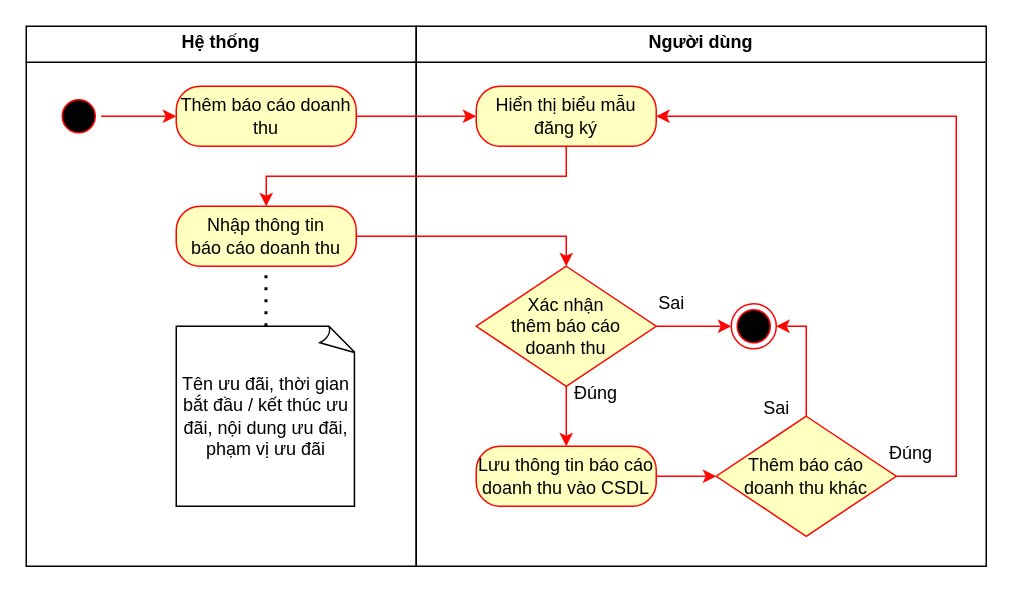
HaojackYT/DAA_SA keeps this draw.io diagram as Sơ đồ hoạt động UC thêm báo cáo doanh thu.drawio. Above is the earlier version. Source tidied: cells renumbered, new cells numbered last; positions are measured from the earlier drawing's top-left corner, leaving out a move shared by most shapes. Both pictures are drawn from the tidied source at 150%, with x=0, y=0 at pixel (26, 26).
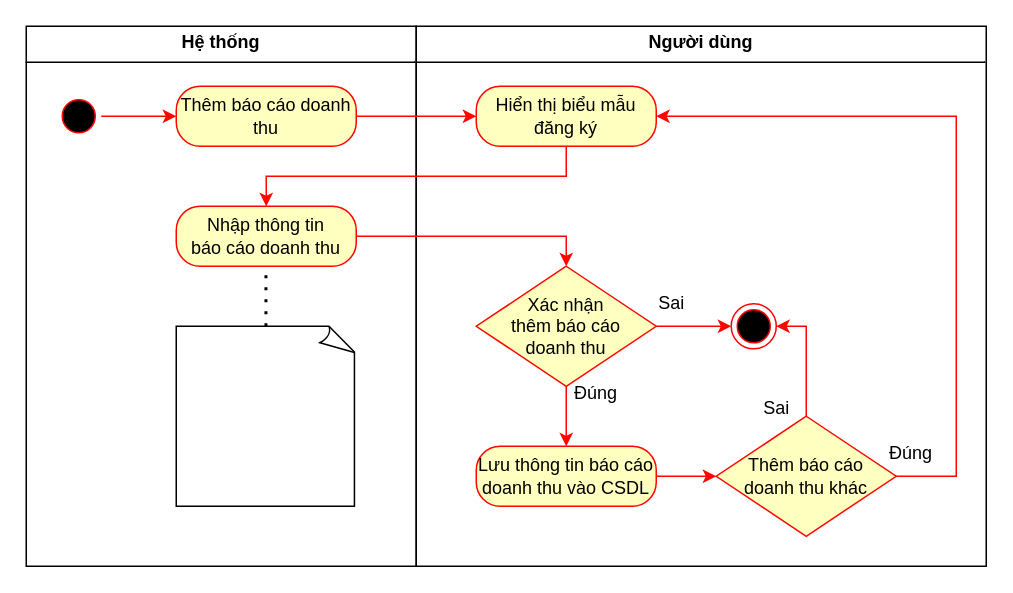
The same page after the edit.

Diff of the diagram source:
```diff
@@
-    <mxCell id="12" value="Tên ưu đãi, thời gian bắt đầu / kết thúc ưu đãi, nội dung ưu đãi,&lt;div&gt;phạm vị ưu đãi&lt;/div&gt;" style="whiteSpace=wrap;html=1;shape=mxgraph.basic.document;align=center;strokeColor=#000000;" parent="1" vertex="1">
+    <mxCell id="12" style="whiteSpace=wrap;html=1;shape=mxgraph.basic.document;align=center;strokeColor=#000000;" parent="1" vertex="1">
       <mxGeometry x="100" y="200" width="120" height="120" as="geometry" />
     </mxCell>
```
